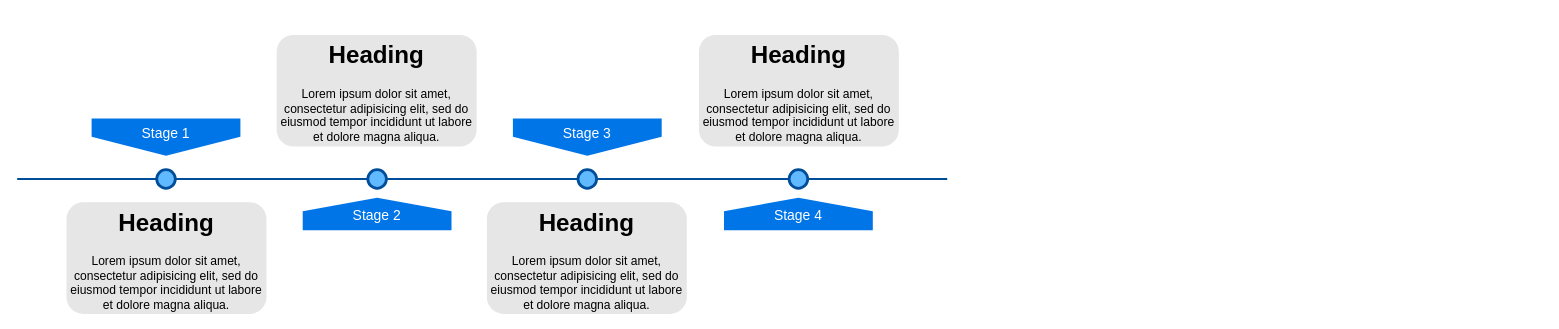
RochDLY/drawAAP keeps this draw.io diagram as AP_connexion_Diagram.drawio. Above is the earlier version. Source tidied: cells renumbered, new cells numbered last; positions are measured from the earlier drawing's top-left corner, leaving out a move shared by most shapes. Both pictures are drawn from the tidied source at 93%, with x=0, y=0 at pixel (17, 34).
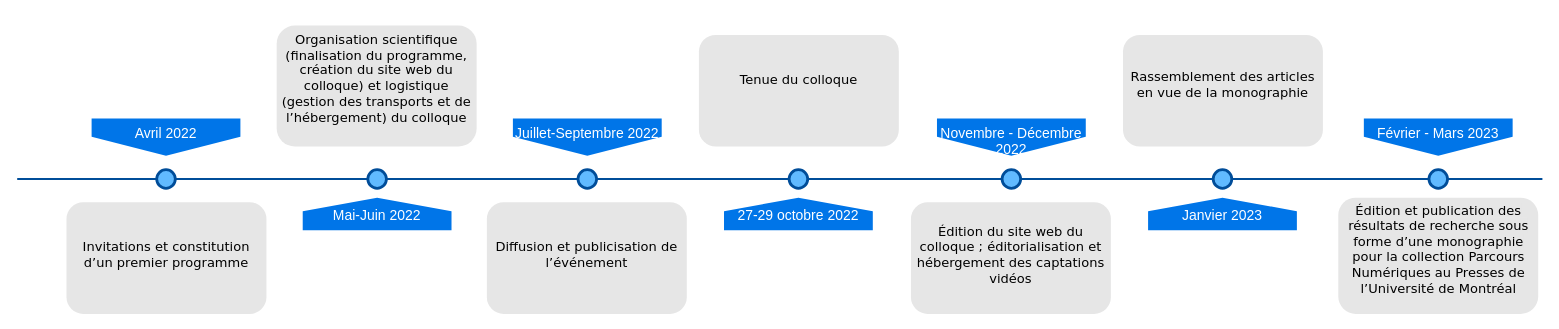
The same page after the edit.

What changed in the source:
```diff
@@
     <mxCell id="2" style="line;strokeWidth=2;html=1;fillColor=none;fontSize=28;fontColor=#004D99;strokeColor=#004D99;" parent="1" vertex="1">
-      <mxGeometry y="150" width="1000" height="10" as="geometry" />
+      <mxGeometry y="150" width="1640" height="10" as="geometry" />
     </mxCell>
-    <mxCell id="3" value="Stage 1" style="shape=offPageConnector;whiteSpace=wrap;html=1;fillColor=#0075E8;fontSize=15;fontColor=#FFFFFF;size=0.5093750000000015;verticalAlign=top;strokeColor=none;" parent="1" vertex="1">
+    <mxCell id="3" value="Avril 2022" style="shape=offPageConnector;whiteSpace=wrap;html=1;fillColor=#0075E8;fontSize=15;fontColor=#FFFFFF;size=0.5093750000000015;verticalAlign=top;strokeColor=none;" parent="1" vertex="1">
       <mxGeometry x="80" y="90" width="160" height="40" as="geometry" />
     </mxCell>
-    <mxCell id="4" value="&lt;span&gt;Stage 3&lt;/span&gt;" style="shape=offPageConnector;whiteSpace=wrap;html=1;fillColor=#0075E8;fontSize=15;fontColor=#FFFFFF;size=0.5093750000000015;verticalAlign=top;strokeColor=none;" parent="1" vertex="1">
+    <mxCell id="4" value="Juillet-Septembre 2022" style="shape=offPageConnector;whiteSpace=wrap;html=1;fillColor=#0075E8;fontSize=15;fontColor=#FFFFFF;size=0.5093750000000015;verticalAlign=top;strokeColor=none;" parent="1" vertex="1">
       <mxGeometry x="533" y="90" width="160" height="40" as="geometry" />
     </mxCell>
-    <mxCell id="5" value="&lt;span&gt;Stage 2&lt;/span&gt;" style="shape=offPageConnector;whiteSpace=wrap;html=1;fillColor=#0075E8;fontSize=15;fontColor=#FFFFFF;size=0.4178571428571445;flipV=1;verticalAlign=bottom;strokeColor=none;spacingBottom=4;" parent="1" vertex="1">
+    <mxCell id="5" value="Mai-Juin 2022" style="shape=offPageConnector;whiteSpace=wrap;html=1;fillColor=#0075E8;fontSize=15;fontColor=#FFFFFF;size=0.4178571428571445;flipV=1;verticalAlign=bottom;strokeColor=none;spacingBottom=4;" parent="1" vertex="1">
       <mxGeometry x="307" y="175" width="160" height="35" as="geometry" />
     </mxCell>
-    <mxCell id="6" value="&lt;span&gt;Stage 4&lt;/span&gt;" style="shape=offPageConnector;whiteSpace=wrap;html=1;fillColor=#0075E8;fontSize=15;fontColor=#FFFFFF;size=0.4178571428571445;flipV=1;verticalAlign=bottom;strokeColor=none;spacingBottom=4;" parent="1" vertex="1">
+    <mxCell id="6" value="27-29 octobre 2022" style="shape=offPageConnector;whiteSpace=wrap;html=1;fillColor=#0075E8;fontSize=15;fontColor=#FFFFFF;size=0.4178571428571445;flipV=1;verticalAlign=bottom;strokeColor=none;spacingBottom=4;" parent="1" vertex="1">
       <mxGeometry x="760" y="175" width="160" height="35" as="geometry" />
     </mxCell>
@@
-    <mxCell id="11" value="&lt;h1&gt;Heading&lt;/h1&gt;&lt;p&gt;Lorem ipsum dolor sit amet, consectetur adipisicing elit, sed do eiusmod tempor incididunt ut labore et dolore magna aliqua.&lt;/p&gt;" style="text;html=1;spacing=5;spacingTop=-20;whiteSpace=wrap;overflow=hidden;strokeColor=none;strokeWidth=3;fillColor=#E6E6E6;fontSize=13;fontColor=#000000;align=center;rounded=1;" parent="1" vertex="1">
+    <mxCell id="11" value="&lt;div style=&quot;font-size: 14px&quot;&gt;&lt;font style=&quot;font-size: 14px&quot;&gt;&amp;nbsp;&lt;/font&gt;&lt;/div&gt;&lt;div style=&quot;font-size: 14px&quot;&gt;&lt;font style=&quot;font-size: 14px&quot;&gt;&lt;br&gt;&lt;/font&gt;&lt;/div&gt;&lt;div style=&quot;font-size: 14px&quot;&gt;&lt;font style=&quot;font-size: 14px&quot; face=&quot;Verdana&quot;&gt;&lt;br&gt;&lt;/font&gt;&lt;/div&gt;&lt;div style=&quot;font-size: 14px&quot;&gt;&lt;font style=&quot;font-size: 14px&quot; face=&quot;Verdana&quot;&gt;Invitations et constitution d’un premier programme&lt;/font&gt;&lt;/div&gt;" style="text;html=1;spacing=5;spacingTop=-20;whiteSpace=wrap;overflow=hidden;strokeColor=none;strokeWidth=3;fillColor=#E6E6E6;fontSize=13;fontColor=#000000;align=center;rounded=1;" parent="1" vertex="1">
       <mxGeometry x="53" y="180" width="215" height="120" as="geometry" />
     </mxCell>
-    <mxCell id="12" value="&lt;h1&gt;Heading&lt;/h1&gt;&lt;p&gt;Lorem ipsum dolor sit amet, consectetur adipisicing elit, sed do eiusmod tempor incididunt ut labore et dolore magna aliqua.&lt;/p&gt;" style="text;html=1;spacing=5;spacingTop=-20;whiteSpace=wrap;overflow=hidden;strokeColor=none;strokeWidth=3;fillColor=#E6E6E6;fontSize=13;fontColor=#000000;align=center;rounded=1;" parent="1" vertex="1">
-      <mxGeometry x="279" width="215" height="120" as="geometry" />
+    <mxCell id="12" value="&lt;div style=&quot;font-size: 14px&quot;&gt;&lt;font style=&quot;font-size: 14px&quot; face=&quot;Verdana&quot;&gt;&lt;br&gt;&lt;/font&gt;&lt;/div&gt;&lt;div style=&quot;font-size: 14px&quot;&gt;&lt;font style=&quot;font-size: 14px&quot; face=&quot;Verdana&quot;&gt;Organisation scientifique (finalisation du programme, création du site web du colloque) et logistique (gestion des transports et de l’hébergement) du colloque&lt;/font&gt;&lt;/div&gt;" style="text;html=1;spacing=5;spacingTop=-20;whiteSpace=wrap;overflow=hidden;strokeColor=none;strokeWidth=3;fillColor=#E6E6E6;fontSize=13;fontColor=#000000;align=center;rounded=1;" parent="1" vertex="1">
+      <mxGeometry x="279" y="-10" width="215" height="130" as="geometry" />
     </mxCell>
-    <mxCell id="13" value="&lt;h1&gt;Heading&lt;/h1&gt;&lt;p&gt;Lorem ipsum dolor sit amet, consectetur adipisicing elit, sed do eiusmod tempor incididunt ut labore et dolore magna aliqua.&lt;/p&gt;" style="text;html=1;spacing=5;spacingTop=-20;whiteSpace=wrap;overflow=hidden;strokeColor=none;strokeWidth=3;fillColor=#E6E6E6;fontSize=13;fontColor=#000000;align=center;rounded=1;" parent="1" vertex="1">
+    <mxCell id="13" value="&lt;div style=&quot;font-size: 14px&quot;&gt;&lt;font style=&quot;font-size: 14px&quot; face=&quot;Verdana&quot;&gt;&lt;br&gt;&lt;/font&gt;&lt;/div&gt;&lt;div style=&quot;font-size: 14px&quot;&gt;&lt;font style=&quot;font-size: 14px&quot; face=&quot;Verdana&quot;&gt;&lt;br&gt;&lt;/font&gt;&lt;/div&gt;&lt;div style=&quot;font-size: 14px&quot;&gt;&lt;font style=&quot;font-size: 14px&quot; face=&quot;Verdana&quot;&gt;&lt;br&gt;&lt;/font&gt;&lt;/div&gt;&lt;div style=&quot;font-size: 14px&quot;&gt;&lt;font style=&quot;font-size: 14px&quot; face=&quot;Verdana&quot;&gt;Diffusion et publicisation de l’événement&lt;/font&gt;&lt;/div&gt;" style="text;html=1;spacing=5;spacingTop=-20;whiteSpace=wrap;overflow=hidden;strokeColor=none;strokeWidth=3;fillColor=#E6E6E6;fontSize=13;fontColor=#000000;align=center;rounded=1;" parent="1" vertex="1">
       <mxGeometry x="505" y="180" width="215" height="120" as="geometry" />
     </mxCell>
-    <mxCell id="14" value="&lt;h1&gt;Heading&lt;/h1&gt;&lt;p&gt;Lorem ipsum dolor sit amet, consectetur adipisicing elit, sed do eiusmod tempor incididunt ut labore et dolore magna aliqua.&lt;/p&gt;" style="text;html=1;spacing=5;spacingTop=-20;whiteSpace=wrap;overflow=hidden;strokeColor=none;strokeWidth=3;fillColor=#E6E6E6;fontSize=13;fontColor=#000000;align=center;rounded=1;" parent="1" vertex="1">
+    <mxCell id="14" value="&lt;div style=&quot;font-size: 14px&quot;&gt;&lt;font style=&quot;font-size: 14px&quot; face=&quot;Verdana&quot;&gt;&lt;br&gt;&lt;/font&gt;&lt;/div&gt;&lt;div style=&quot;font-size: 14px&quot;&gt;&lt;font style=&quot;font-size: 14px&quot; face=&quot;Verdana&quot;&gt;&lt;br&gt;&lt;/font&gt;&lt;/div&gt;&lt;div style=&quot;font-size: 14px&quot;&gt;&lt;font style=&quot;font-size: 14px&quot; face=&quot;Verdana&quot;&gt;&lt;br&gt;&lt;/font&gt;&lt;/div&gt;&lt;div style=&quot;font-size: 14px&quot;&gt;&lt;font style=&quot;font-size: 14px&quot; face=&quot;Verdana&quot;&gt;Tenue du colloque&lt;/font&gt;&lt;/div&gt;" style="text;html=1;spacing=5;spacingTop=-20;whiteSpace=wrap;overflow=hidden;strokeColor=none;strokeWidth=3;fillColor=#E6E6E6;fontSize=13;fontColor=#000000;align=center;rounded=1;" parent="1" vertex="1">
       <mxGeometry x="733" width="215" height="120" as="geometry" />
     </mxCell>
+    <mxCell id="15" value="Novembre - Décembre 2022" style="shape=offPageConnector;whiteSpace=wrap;html=1;fillColor=#0075E8;fontSize=15;fontColor=#FFFFFF;size=0.5093750000000015;verticalAlign=top;strokeColor=none;" parent="1" vertex="1">
+      <mxGeometry x="989" y="90" width="160" height="40" as="geometry" />
+    </mxCell>
+    <mxCell id="16" value="Janvier 2023" style="shape=offPageConnector;whiteSpace=wrap;html=1;fillColor=#0075E8;fontSize=15;fontColor=#FFFFFF;size=0.4178571428571445;flipV=1;verticalAlign=bottom;strokeColor=none;spacingBottom=4;" parent="1" vertex="1">
+      <mxGeometry x="1216" y="175" width="160" height="35" as="geometry" />
+    </mxCell>
+    <mxCell id="17" style="ellipse;whiteSpace=wrap;html=1;fillColor=#61BAFF;fontSize=28;fontColor=#004D99;strokeWidth=3;strokeColor=#004D99;" parent="1" vertex="1">
+      <mxGeometry x="1059" y="145" width="20" height="20" as="geometry" />
+    </mxCell>
+    <mxCell id="18" style="ellipse;whiteSpace=wrap;html=1;fillColor=#61BAFF;fontSize=28;fontColor=#004D99;strokeWidth=3;strokeColor=#004D99;" parent="1" vertex="1">
+      <mxGeometry x="1286" y="145" width="20" height="20" as="geometry" />
+    </mxCell>
+    <mxCell id="19" value="&lt;div style=&quot;font-size: 14px&quot;&gt;&lt;font style=&quot;font-size: 14px&quot; face=&quot;Verdana&quot;&gt;&lt;br&gt;&lt;/font&gt;&lt;/div&gt;&lt;div style=&quot;font-size: 14px&quot;&gt;&lt;font style=&quot;font-size: 14px&quot; face=&quot;Verdana&quot;&gt;&lt;br&gt;&lt;/font&gt;&lt;/div&gt;&lt;div style=&quot;font-size: 14px&quot;&gt;&lt;font style=&quot;font-size: 14px&quot; face=&quot;Verdana&quot;&gt;Édition du site web du colloque ; éditorialisation et hébergement des captations vidéos&lt;/font&gt;&lt;/div&gt;" style="text;html=1;spacing=5;spacingTop=-20;whiteSpace=wrap;overflow=hidden;strokeColor=none;strokeWidth=3;fillColor=#E6E6E6;fontSize=13;fontColor=#000000;align=center;rounded=1;" parent="1" vertex="1">
+      <mxGeometry x="961" y="180" width="215" height="120" as="geometry" />
+    </mxCell>
+    <mxCell id="20" value="&lt;div&gt;&lt;font face=&quot;Verdana&quot;&gt;&lt;br&gt;&lt;/font&gt;&lt;/div&gt;&lt;div&gt;&lt;font face=&quot;Verdana&quot;&gt;&lt;br&gt;&lt;/font&gt;&lt;/div&gt;&lt;div&gt;&lt;font face=&quot;Verdana&quot;&gt;&lt;br&gt;&lt;/font&gt;&lt;/div&gt;&lt;div align=&quot;center&quot;&gt;&lt;font face=&quot;Verdana&quot;&gt;&lt;span style=&quot;background-color: transparent&quot;&gt;&lt;span style=&quot;font-size: 14px ; font-style: normal ; font-weight: 400 ; letter-spacing: normal ; text-indent: 0px ; text-transform: none ; word-spacing: 0px ; display: inline ; float: none&quot;&gt;Rassemblement des articles en vue de la monographie&lt;/span&gt;&lt;/span&gt;&lt;/font&gt;&lt;/div&gt;" style="text;html=1;spacing=5;spacingTop=-20;whiteSpace=wrap;overflow=hidden;strokeColor=none;strokeWidth=3;fillColor=#E6E6E6;fontSize=13;fontColor=#000000;align=center;rounded=1;" parent="1" vertex="1">
+      <mxGeometry x="1189" width="215" height="120" as="geometry" />
+    </mxCell>
+    <mxCell id="21" value="Février - Mars 2023" style="shape=offPageConnector;whiteSpace=wrap;html=1;fillColor=#0075E8;fontSize=15;fontColor=#FFFFFF;size=0.5093750000000015;verticalAlign=top;strokeColor=none;" parent="1" vertex="1">
+      <mxGeometry x="1448" y="90" width="160" height="40" as="geometry" />
+    </mxCell>
+    <mxCell id="22" style="ellipse;whiteSpace=wrap;html=1;fillColor=#61BAFF;fontSize=28;fontColor=#004D99;strokeWidth=3;strokeColor=#004D99;" parent="1" vertex="1">
+      <mxGeometry x="1518" y="145" width="20" height="20" as="geometry" />
+    </mxCell>
+    <mxCell id="23" value="&lt;font face=&quot;Verdana&quot;&gt;&lt;br&gt;&lt;/font&gt;&lt;div&gt;&lt;font face=&quot;Verdana&quot;&gt;&lt;span style=&quot;font-size: 14px ; font-style: normal ; font-weight: 400 ; letter-spacing: normal ; text-align: left ; text-indent: 0px ; text-transform: none ; word-spacing: 0px ; background-color: rgba(221 , 223 , 228 , 0.07) ; display: inline ; float: none&quot;&gt;Édition et publication des résultats de recherche sous forme d’une monographie pour la collection Parcours Numériques au Presses de l’Université de Montréal&lt;/span&gt;&lt;/font&gt;&lt;/div&gt;" style="text;html=1;spacing=5;spacingTop=-20;whiteSpace=wrap;overflow=hidden;strokeColor=none;strokeWidth=3;fillColor=#E6E6E6;fontSize=13;fontColor=#000000;align=center;rounded=1;" parent="1" vertex="1">
+      <mxGeometry x="1420.5" y="175" width="215" height="125" as="geometry" />
+    </mxCell>
```
